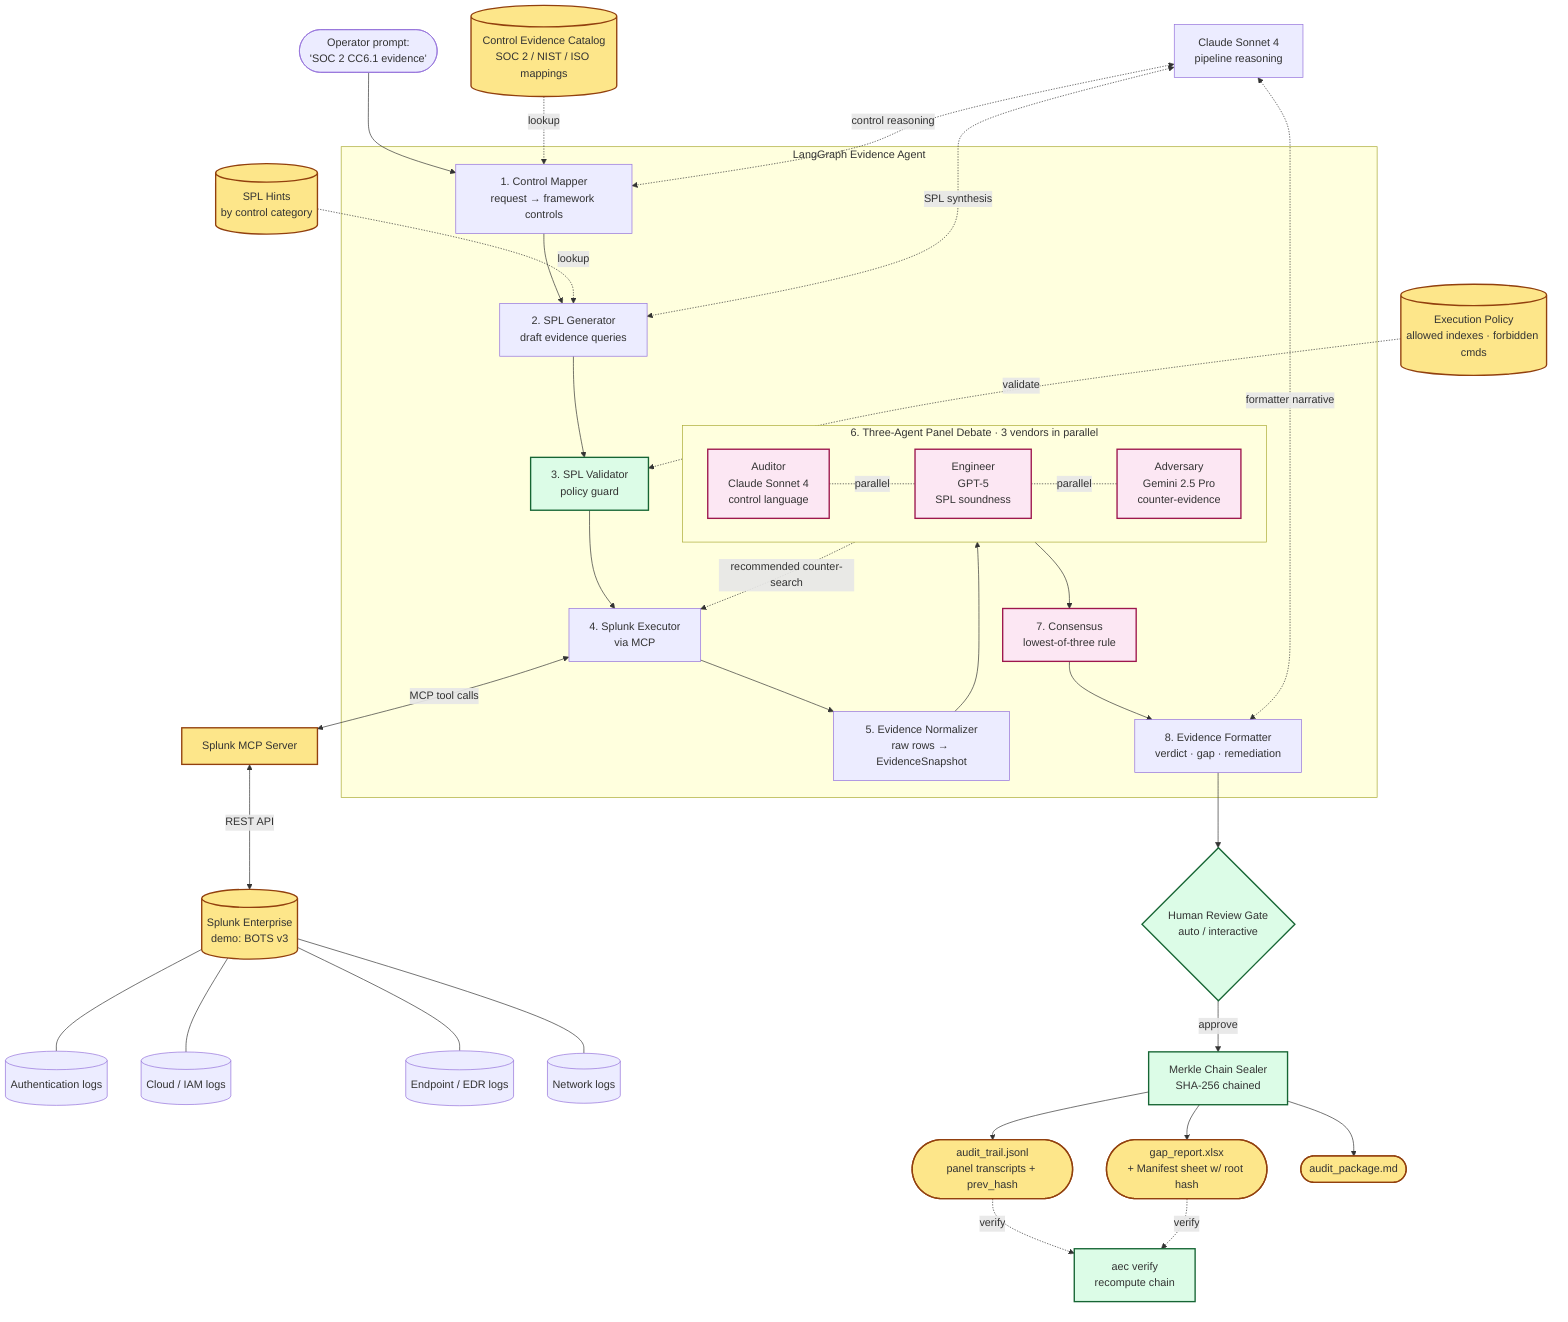
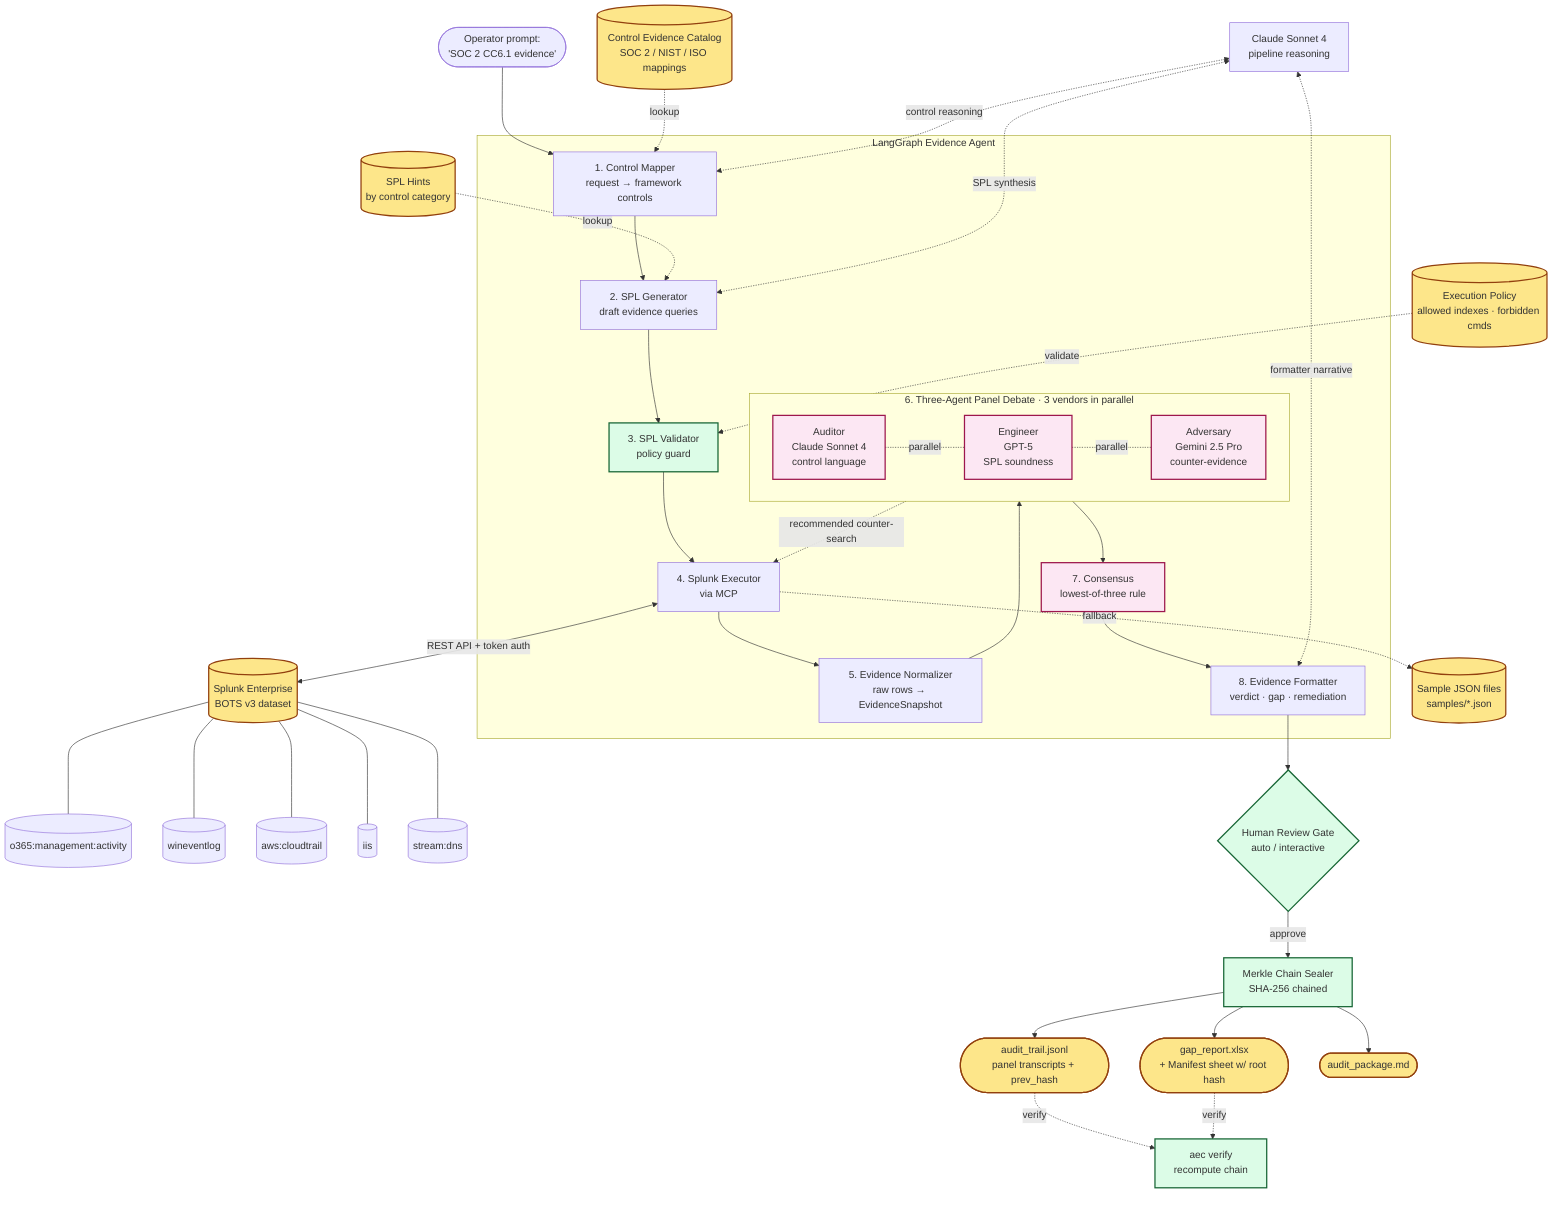
flowchart TD
    O([Operator prompt:<br/>'SOC 2 CC6.1 evidence']) --> CM

    subgraph Agent[LangGraph Evidence Agent]
        CM[1. Control Mapper<br/>request → framework controls] --> SG[2. SPL Generator<br/>draft evidence queries]
        SG --> SV[3. SPL Validator<br/>policy guard]
        SV --> SE[4. Splunk Executor<br/>via MCP]
        SE --> EN[5. Evidence Normalizer<br/>raw rows → EvidenceSnapshot]

        EN --> PANEL

        subgraph PANEL[6. Three-Agent Panel Debate · 3 vendors in parallel]
            direction LR
            AUD[Auditor<br/>Claude Sonnet 4<br/>control language] -.parallel.- ENG[Engineer<br/>GPT-5<br/>SPL soundness]
            ENG -.parallel.- ADV[Adversary<br/>Gemini 2.5 Pro<br/>counter-evidence]
        end

        PANEL --> CON[7. Consensus<br/>lowest-of-three rule]
        CON --> FM[8. Evidence Formatter<br/>verdict · gap · remediation]
    end

    CAT[(Control Evidence Catalog<br/>SOC 2 / NIST / ISO mappings)] -.lookup.-> CM
    HINT[(SPL Hints<br/>by control category)] -.lookup.-> SG
    POLICY[(Execution Policy<br/>allowed indexes · forbidden cmds)] -.validate.-> SV

-     SE <-->|MCP tool calls| MCP[Splunk MCP Server]
-     MCP <-->|REST API| SPL[(Splunk Enterprise<br/>demo: BOTS v3)]
-     SPL --- AUTH[(Authentication logs)]
-     SPL --- CLOUD[(Cloud / IAM logs)]
-     SPL --- EDR[(Endpoint / EDR logs)]
-     SPL --- NET[(Network logs)]
+     SE <-->|REST API + token auth| SPL[(Splunk Enterprise<br/>BOTS v3 dataset)]
+     SE -.->|fallback| SAMPLES[(Sample JSON files<br/>samples/*.json)]
+     SPL --- O365[(o365:management:activity)]
+     SPL --- WEVT[(wineventlog)]
+     SPL --- CT[(aws:cloudtrail)]
+     SPL --- IIS[(iis)]
+     SPL --- DNS[(stream:dns)]

    ADV -.recommended counter-search.-> SE

    FM --> REVIEW{Human Review Gate<br/>auto / interactive}
    REVIEW -->|approve| MERKLE[Merkle Chain Sealer<br/>SHA-256 chained]
    MERKLE --> OUT([gap_report.xlsx<br/>+ Manifest sheet w/ root hash])
    MERKLE --> LOG([audit_trail.jsonl<br/>panel transcripts + prev_hash])
    MERKLE --> MD([audit_package.md])

    LOG -.verify.-> VER[aec verify<br/>recompute chain]
    OUT -.verify.-> VER

    LLM_PIPE[Claude Sonnet 4<br/>pipeline reasoning] <-.control reasoning.-> CM
    LLM_PIPE <-.SPL synthesis.-> SG
    LLM_PIPE <-.formatter narrative.-> FM

    classDef accent fill:#fde68a,stroke:#92400e,stroke-width:2px;
    classDef data fill:#dbeafe,stroke:#1e40af;
    classDef guard fill:#dcfce7,stroke:#166534,stroke-width:2px;
    classDef panel fill:#fce7f3,stroke:#9d174d,stroke-width:2px;
-     class MCP,SPL accent
+     class SPL,SAMPLES accent
    class CAT,HINT,POLICY,OUT,LOG,MD accent
    class SV,REVIEW,MERKLE,VER guard
    class AUD,ENG,ADV,CON panel
